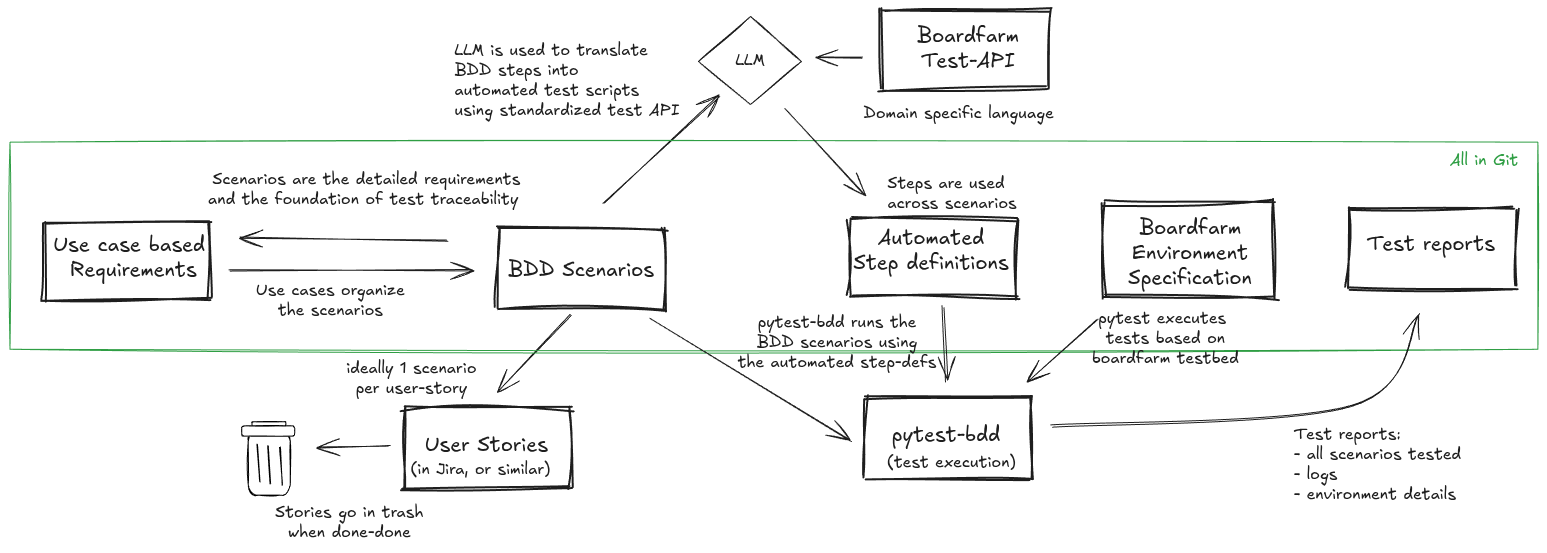
Above: docs/Requirements_and_Test_framework.excalidraw.png in alottabits/boardfarm-bdd (Excalidraw), before the change. Source tidied: one line per element, renumbered; positions are measured from the earlier drawing's top-left corner, leaving out a move shared by most shapes.
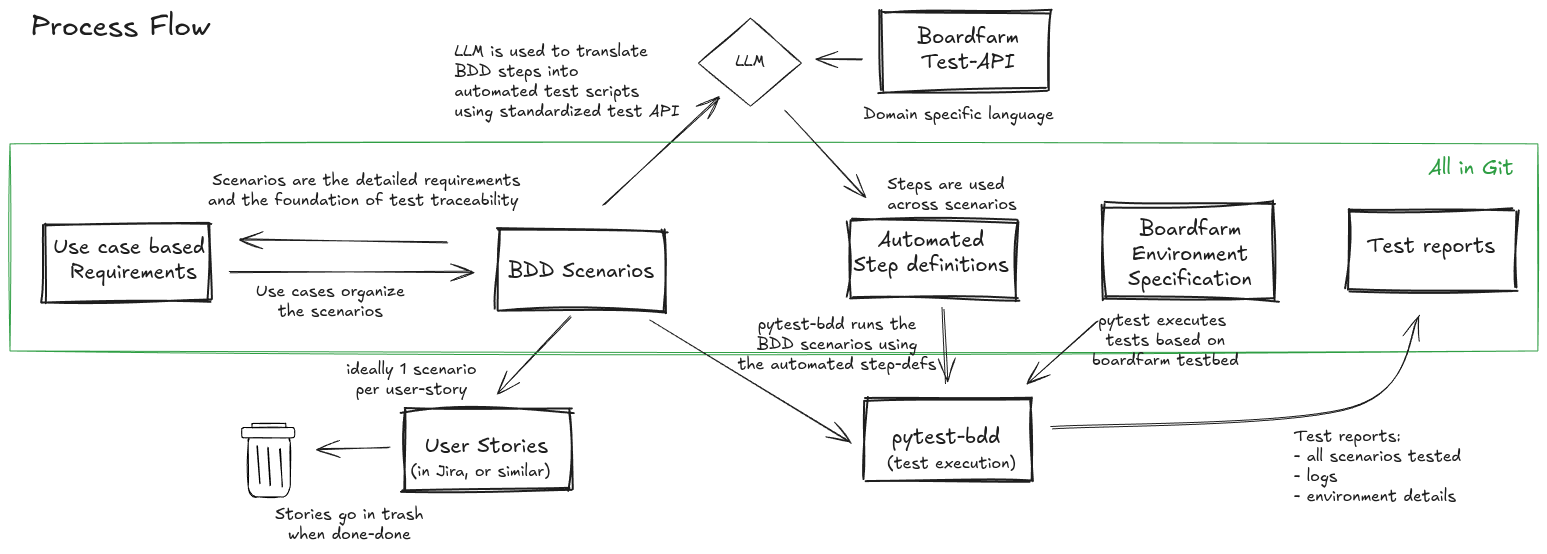
Above is the later version.

Commit message:
updating process flow picture

The edit, as a diff of the source:
```diff
@@ -21,7 +21,7 @@
 {"id": 20, "type": "text", "text": "Stories go in trash\nwhen done-done", "strokeColor": "#1e1e1e", "backgroundColor": "#ffffff", "fillStyle": "hachure", "strokeWidth": 1, "roughness": 1, "fontSize": 16, "fontFamily": 5, "textAlign": "center", "x": 265, "y": 493, "width": 148, "height": 40}
 {"id": 21, "type": "rectangle", "strokeColor": "#2f9e44", "strokeWidth": 1, "roughness": 1, "x": 0, "y": 132, "width": 1528, "height": 207}
 {"id": 22, "type": "text", "text": "Scenarios are the detailed requirements\nand the foundation of test traceability ", "strokeColor": "#1e1e1e", "backgroundColor": "#ffffff", "fillStyle": "hachure", "strokeWidth": 1, "roughness": 1, "fontSize": 16, "fontFamily": 5, "textAlign": "center", "x": 198, "y": 160, "width": 317, "height": 40}
-{"id": 23, "type": "text", "text": "All in Git", "strokeColor": "#2f9e44", "strokeWidth": 1, "roughness": 1, "fontSize": 16, "fontFamily": 5, "textAlign": "center", "x": 1440, "y": 141, "width": 68, "height": 20}
+{"id": 23, "type": "text", "text": "All in Git", "strokeColor": "#2f9e44", "strokeWidth": 1, "roughness": 1, "fontSize": 20, "fontFamily": 5, "textAlign": "center", "x": 1418, "y": 145, "width": 85, "height": 25}
 {"id": 24, "type": "rectangle", "strokeColor": "#1e1e1e", "strokeWidth": 2, "roughness": 2, "x": 872, "y": 0, "width": 167, "height": 79}
 {"id": 25, "type": "text", "text": "Boardfarm\nTest-API", "strokeColor": "#1e1e1e", "strokeWidth": 2, "roughness": 1, "fontSize": 20, "fontFamily": 5, "textAlign": "center", "x": 907, "y": 14, "width": 102, "height": 50}
 {"id": 26, "type": "text", "text": "Domain specific language", "strokeColor": "#1e1e1e", "strokeWidth": 1, "roughness": 1, "fontSize": 16, "fontFamily": 5, "x": 853, "y": 94, "width": 190, "height": 20}
@@ -47,3 +47,4 @@
 {"id": 46, "type": "arrow", "strokeColor": "#1e1e1e", "strokeWidth": 1, "roughness": 1, "endArrowhead": "arrow", "round": true, "from": 40, "to": 34, "x": 1088, "y": 309, "width": 69, "height": 63, "points": [[0, 0], [-69, 63]]}
 {"id": 47, "type": "text", "text": "pytest-bdd runs the\nBDD scenarios using\nthe automated step-defs", "strokeColor": "#1e1e1e", "strokeWidth": 1, "roughness": 1, "fontSize": 16, "fontFamily": 5, "textAlign": "center", "x": 728, "y": 303, "width": 199, "height": 60}
 {"id": 48, "type": "text", "text": "pytest executes \ntests based on\nboardfarm testbed", "strokeColor": "#1e1e1e", "strokeWidth": 1, "roughness": 1, "fontSize": 16, "fontFamily": 5, "textAlign": "center", "x": 1082, "y": 299, "width": 147, "height": 60}
+{"id": 49, "type": "text", "text": "Process Flow", "strokeColor": "#1e1e1e", "strokeWidth": 1, "roughness": 1, "fontSize": 28, "fontFamily": 5, "textAlign": "center", "x": 21, "y": -2, "width": 180, "height": 35}
```
